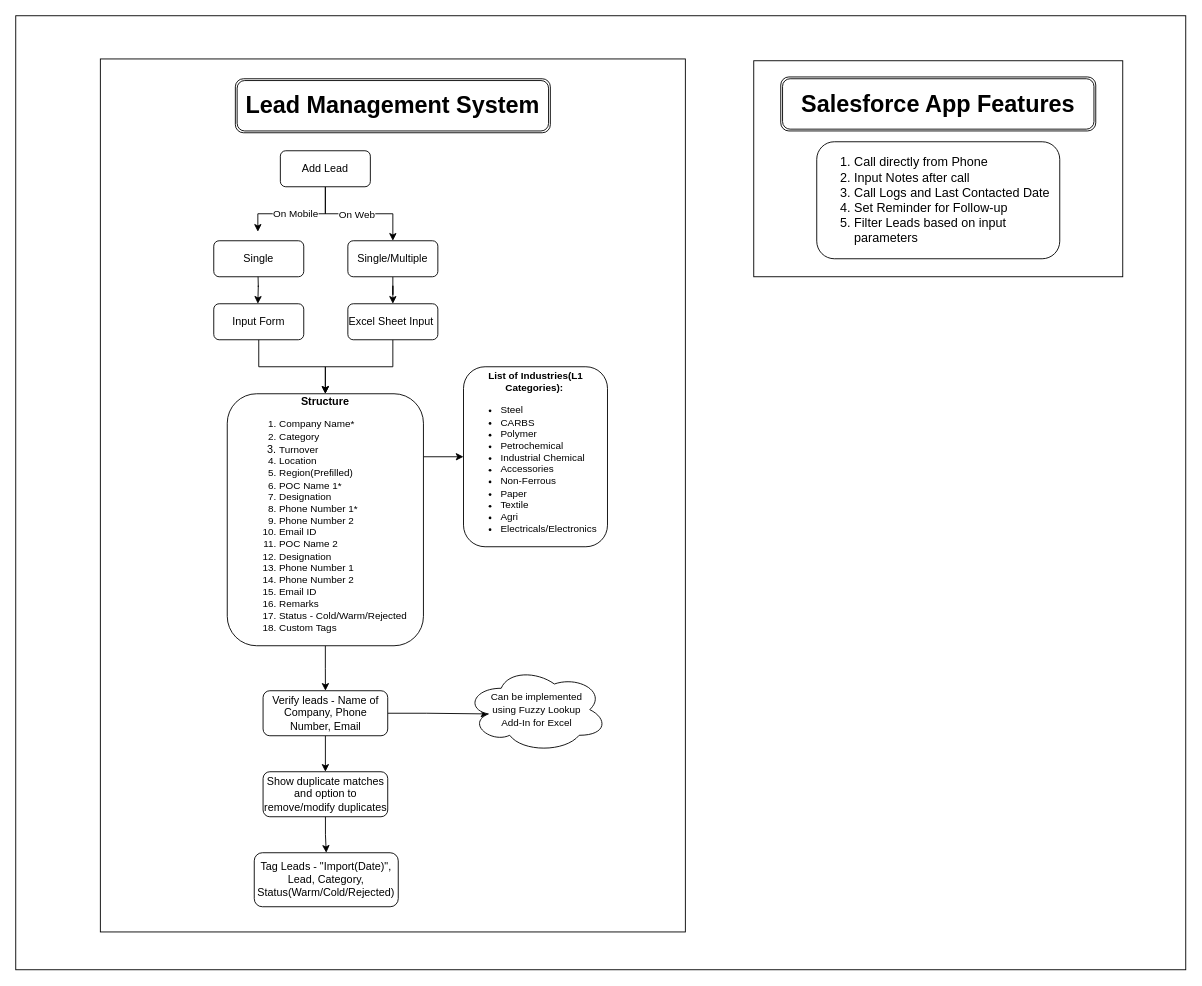
Before: page "Lead Management System" (3 of 3) of OfCommerce Workflow.drawio in VimanyuAggarwal/PracticeRepository, a draw.io diagram. Source tidied: cells renumbered, new cells numbered last; positions are measured from the earlier drawing's top-left corner, leaving out a move shared by most shapes. Both pictures are drawn from the tidied source at 90%, with x=0, y=0 at pixel (15, 15).
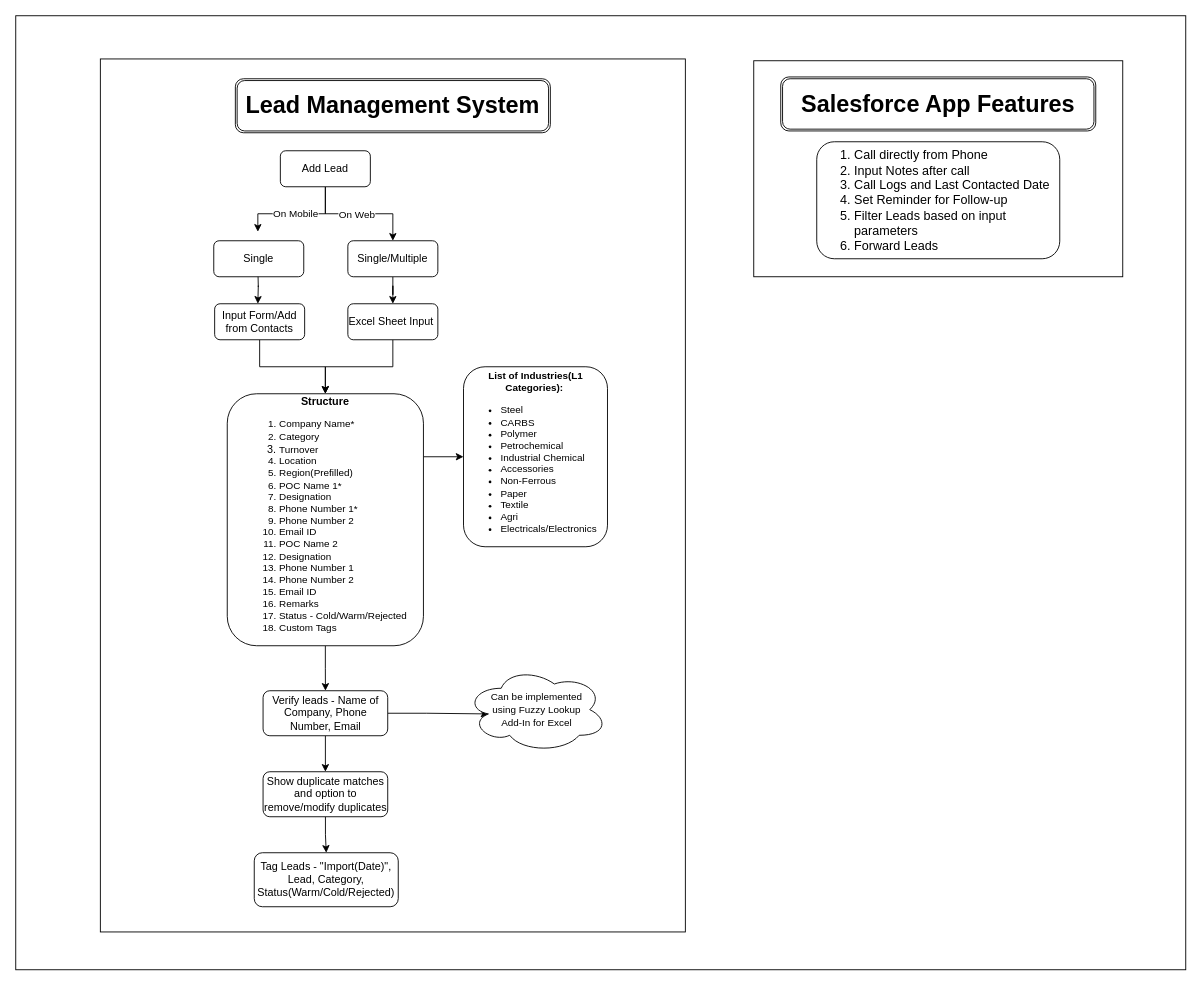
The same diagram, later.

Unchanged cells that the change refers to:
```xml
<mxCell id="29" style="group;" parent="1" vertex="1">
  <mxGeometry x="820" y="50" width="410" height="240" as="geometry" />
</mxCell>
```

Diff of the diagram source:
```diff
@@
-    <mxCell id="15" value="Input Form" style="rounded=1;whiteSpace=wrap;html=1;" parent="1" vertex="1">
-      <mxGeometry x="220" y="320" width="100" height="40" as="geometry" />
+    <mxCell id="15" value="Input Form/Add from Contacts" style="rounded=1;whiteSpace=wrap;html=1;" parent="1" vertex="1">
+      <mxGeometry x="221" y="320" width="100" height="40" as="geometry" />
     </mxCell>
@@
-    <mxCell id="32" value="&lt;ol style=&quot;font-size: 14px&quot;&gt;&lt;li&gt;Call directly from Phone&lt;/li&gt;&lt;li&gt;Input Notes after call&lt;/li&gt;&lt;li&gt;Call Logs and Last Contacted Date&lt;/li&gt;&lt;li&gt;Set Reminder for Follow-up&lt;/li&gt;&lt;li&gt;Filter Leads based on input parameters&lt;/li&gt;&lt;/ol&gt;" style="rounded=1;whiteSpace=wrap;html=1;fillColor=none;align=left;" parent="29" vertex="1">
+    <mxCell id="32" value="&lt;ol style=&quot;font-size: 14px&quot;&gt;&lt;li&gt;Call directly from Phone&lt;/li&gt;&lt;li&gt;Input Notes after call&lt;/li&gt;&lt;li&gt;Call Logs and Last Contacted Date&lt;/li&gt;&lt;li&gt;Set Reminder for Follow-up&lt;/li&gt;&lt;li&gt;Filter Leads based on input parameters&lt;/li&gt;&lt;li&gt;Forward Leads&lt;/li&gt;&lt;/ol&gt;" style="rounded=1;whiteSpace=wrap;html=1;fillColor=none;align=left;" parent="29" vertex="1">
       <mxGeometry x="70" y="90" width="270" height="130" as="geometry" />
     </mxCell>
```
